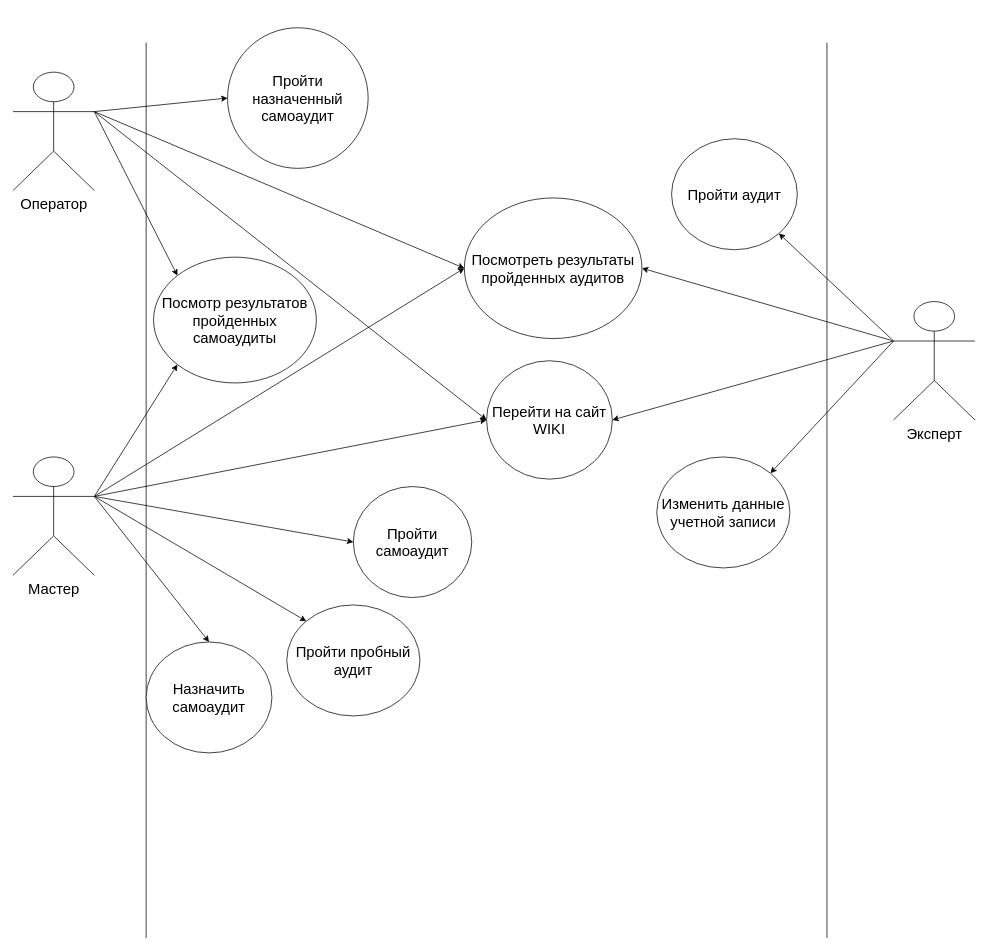
The draw.io diagram курсач.drawio in Vlad-Efremovv/kursach, before the edit. Source tidied: cells renumbered, new cells numbered last; positions are measured from the earlier drawing's top-left corner, leaving out a move shared by most shapes. Both pictures are drawn from the tidied source at 74%, with x=0, y=0 at pixel (13, 27).
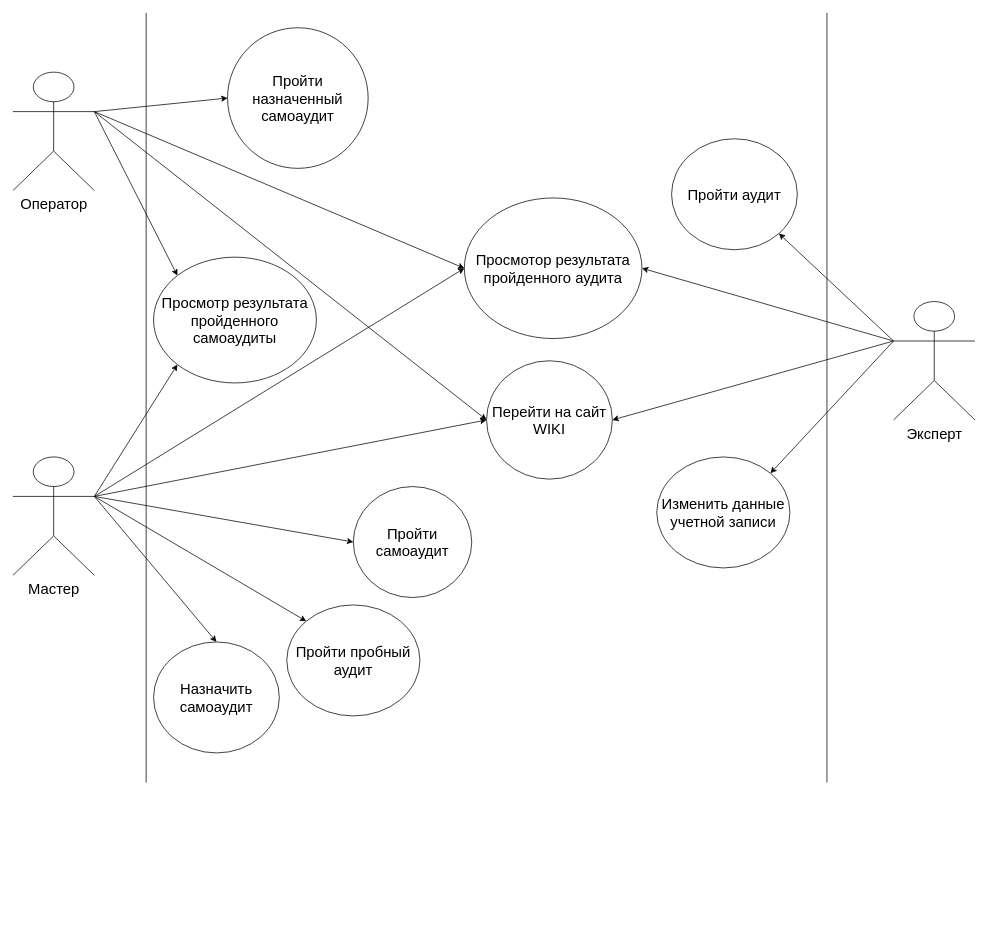
After the change.

What changed in the source:
```diff
@@
     <mxCell id="2" style="endArrow=none;html=1;rounded=0;" parent="1" edge="1">
       <mxGeometry relative="1" as="geometry">
-        <mxPoint x="180" y="1230" as="sourcePoint" />
-        <mxPoint x="180" y="20" as="targetPoint" />
+        <mxPoint x="180" y="1020" as="sourcePoint" />
+        <mxPoint x="180" y="-20" as="targetPoint" />
       </mxGeometry>
     </mxCell>
@@
-    <mxCell id="7" value="Посмотр результатов пройденных самоаудиты" style="ellipse;whiteSpace=wrap;html=1;fontSize=20;" parent="1" vertex="1">
+    <mxCell id="7" value="Просмотр результата пройденного самоаудиты" style="ellipse;whiteSpace=wrap;html=1;fontSize=20;" parent="1" vertex="1">
       <mxGeometry x="190" y="310" width="220" height="170" as="geometry" />
     </mxCell>
@@
-    <mxCell id="11" value="Посмотреть результаты пройденных аудитов" style="ellipse;whiteSpace=wrap;html=1;fontSize=20;" parent="1" vertex="1">
+    <mxCell id="11" value="Просмотор результата пройденного аудита" style="ellipse;whiteSpace=wrap;html=1;fontSize=20;" parent="1" vertex="1">
       <mxGeometry x="610" y="230" width="240" height="190" as="geometry" />
     </mxCell>
@@
     <mxCell id="19" value="Назначить самоаудит" style="ellipse;whiteSpace=wrap;html=1;fontSize=20;" parent="1" vertex="1">
-      <mxGeometry x="180" y="830" width="170" height="150" as="geometry" />
+      <mxGeometry x="190" y="830" width="170" height="150" as="geometry" />
     </mxCell>
@@
     <mxCell id="25" style="endArrow=none;html=1;rounded=0;" parent="1" edge="1">
       <mxGeometry relative="1" as="geometry">
-        <mxPoint x="1100" y="1230" as="sourcePoint" />
-        <mxPoint x="1100" y="20" as="targetPoint" />
+        <mxPoint x="1100" y="1020" as="sourcePoint" />
+        <mxPoint x="1100" y="-20" as="targetPoint" />
       </mxGeometry>
     </mxCell>
```
